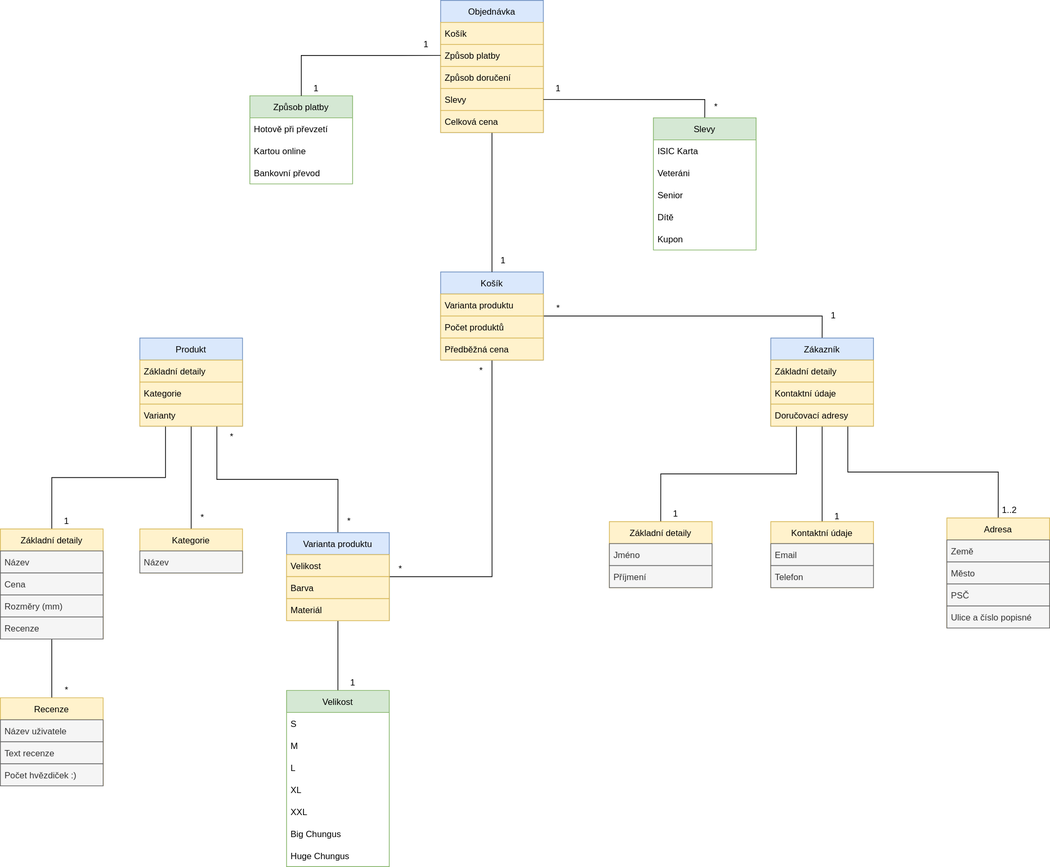
Earlier version of the draw.io export Eshop.drawio.svg (TomasKelbasa/diagrams.net). Source tidied: cells renumbered, new cells last; positions are measured from the earlier drawing's top-left corner, leaving out a move shared by most shapes.
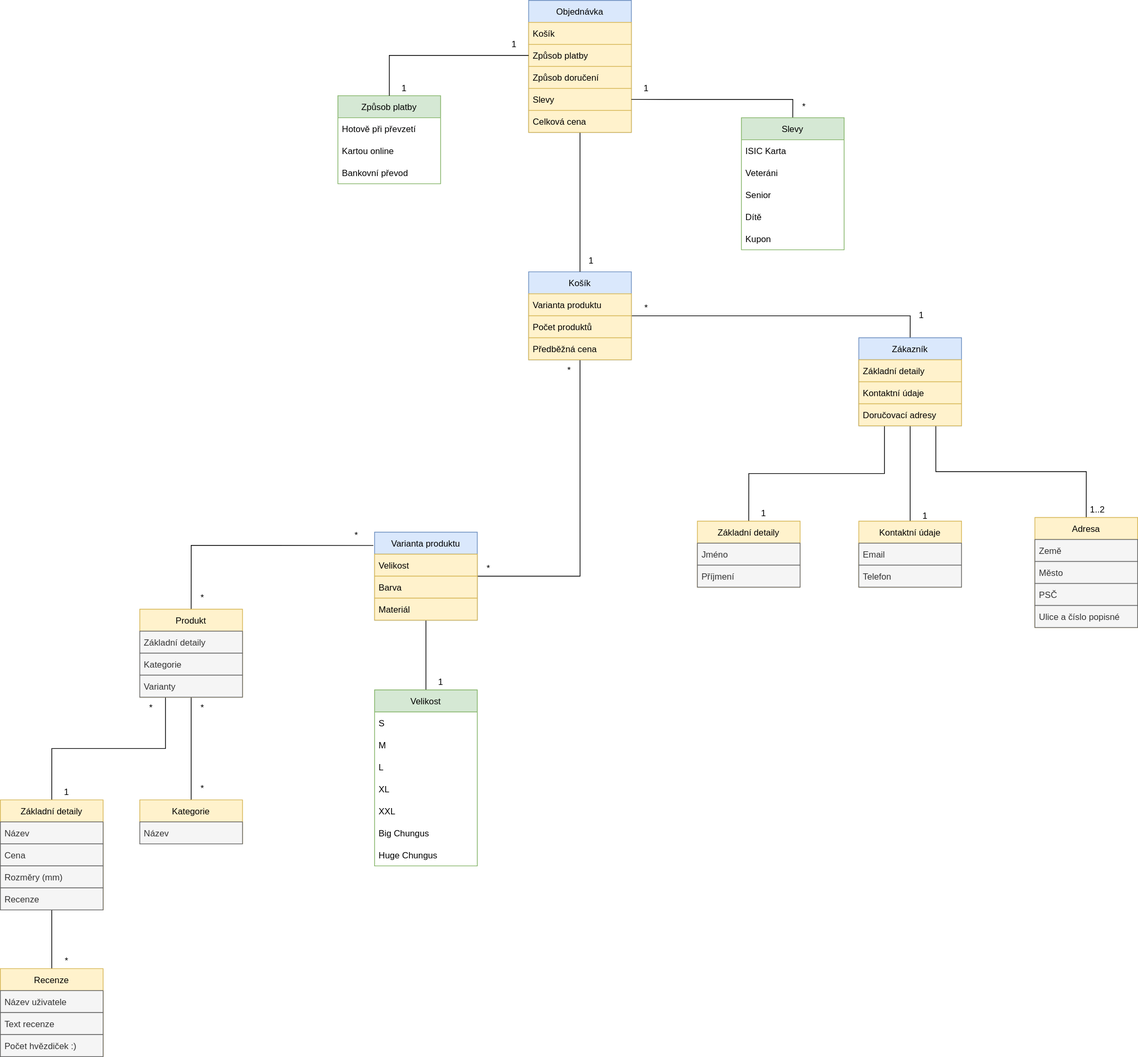
Later version of the same file.

Change to the diagram source:
```diff
@@ -8,19 +8,19 @@
     <mxCell id="3" style="edgeStyle=orthogonalEdgeStyle;rounded=0;jettySize=auto;html=1;exitX=0.5;exitY=1;exitDx=0;exitDy=0;endArrow=none;endFill=0;" parent="1" edge="1" source="5" target="27">
       <mxGeometry relative="1" as="geometry" />
     </mxCell>
-    <mxCell id="4" style="edgeStyle=orthogonalEdgeStyle;rounded=0;jettySize=auto;html=1;exitX=0.75;exitY=1;exitDx=0;exitDy=0;entryX=0.5;entryY=0;entryDx=0;entryDy=0;endArrow=none;endFill=0;" parent="1" edge="1" source="5" target="42">
+    <mxCell id="4" style="edgeStyle=orthogonalEdgeStyle;rounded=0;jettySize=auto;html=1;exitX=0.5;exitY=0;exitDx=0;exitDy=0;entryX=-0.012;entryY=0.151;entryDx=0;entryDy=0;entryPerimeter=0;endArrow=none;endFill=0;" parent="1" edge="1" source="5" target="42">
       <mxGeometry relative="1" as="geometry" />
     </mxCell>
-    <mxCell id="5" value="Produkt" style="swimlane;fontStyle=0;horizontal=1;startSize=30;fillColor=#dae8fc;strokeColor=#6c8ebf;" parent="1" vertex="1">
-      <mxGeometry x="190" y="460" width="140" height="120" as="geometry" />
+    <mxCell id="5" value="Produkt" style="swimlane;fontStyle=0;horizontal=1;startSize=30;fillColor=#fff2cc;strokeColor=#d6b656;" parent="1" vertex="1">
+      <mxGeometry x="70" y="830" width="140" height="120" as="geometry" />
     </mxCell>
-    <mxCell id="6" value="Základní detaily" style="text;strokeColor=#d6b656;fillColor=#fff2cc;align=left;verticalAlign=middle;spacingLeft=4;spacingRight=4;overflow=hidden;" parent="5" vertex="1">
+    <mxCell id="6" value="Základní detaily" style="text;strokeColor=#666666;fillColor=#f5f5f5;align=left;verticalAlign=middle;spacingLeft=4;spacingRight=4;overflow=hidden;fontColor=#333333;" parent="5" vertex="1">
       <mxGeometry y="30" width="140" height="30" as="geometry" />
     </mxCell>
-    <mxCell id="7" value="Kategorie" style="text;strokeColor=#d6b656;fillColor=#fff2cc;align=left;verticalAlign=middle;spacingLeft=4;spacingRight=4;overflow=hidden;" parent="5" vertex="1">
+    <mxCell id="7" value="Kategorie" style="text;strokeColor=#666666;fillColor=#f5f5f5;align=left;verticalAlign=middle;spacingLeft=4;spacingRight=4;overflow=hidden;fontColor=#333333;" parent="5" vertex="1">
       <mxGeometry y="60" width="140" height="30" as="geometry" />
     </mxCell>
-    <mxCell id="8" value="Varianty" style="text;strokeColor=#d6b656;fillColor=#fff2cc;align=left;verticalAlign=middle;spacingLeft=4;spacingRight=4;overflow=hidden;" parent="5" vertex="1">
+    <mxCell id="8" value="Varianty" style="text;strokeColor=#666666;fillColor=#f5f5f5;align=left;verticalAlign=middle;spacingLeft=4;spacingRight=4;overflow=hidden;fontColor=#333333;" parent="5" vertex="1">
       <mxGeometry y="90" width="140" height="30" as="geometry" />
     </mxCell>
     <mxCell id="9" style="edgeStyle=orthogonalEdgeStyle;rounded=0;jettySize=auto;html=1;exitX=0.5;exitY=1;exitDx=0;exitDy=0;endArrow=none;endFill=0;" parent="1" edge="1" source="13" target="32">
@@ -51,7 +51,7 @@
       <mxGeometry relative="1" as="geometry" />
     </mxCell>
     <mxCell id="18" value="Základní detaily" style="swimlane;fontStyle=0;horizontal=1;startSize=30;fillColor=#fff2cc;strokeColor=#d6b656;" parent="1" vertex="1">
-      <mxGeometry y="720" width="140" height="150" as="geometry" />
+      <mxGeometry x="-120" y="1090" width="140" height="150" as="geometry" />
     </mxCell>
     <mxCell id="19" value="Název" style="text;strokeColor=#666666;fillColor=#f5f5f5;align=left;verticalAlign=middle;spacingLeft=4;spacingRight=4;overflow=hidden;fontColor=#333333;" parent="18" vertex="1">
       <mxGeometry y="30" width="140" height="30" as="geometry" />
@@ -66,7 +66,7 @@
       <mxGeometry y="120" width="140" height="30" as="geometry" />
     </mxCell>
     <mxCell id="23" value="Recenze" style="swimlane;fontStyle=0;horizontal=1;startSize=30;fillColor=#fff2cc;strokeColor=#d6b656;" parent="1" vertex="1">
-      <mxGeometry y="950" width="140" height="120" as="geometry" />
+      <mxGeometry x="-120" y="1320" width="140" height="120" as="geometry" />
     </mxCell>
     <mxCell id="24" value="Název uživatele" style="text;align=left;verticalAlign=middle;spacingLeft=4;spacingRight=4;overflow=hidden;fillColor=#f5f5f5;fontColor=#333333;strokeColor=#666666;" parent="23" vertex="1">
       <mxGeometry y="30" width="140" height="30" as="geometry" />
@@ -78,7 +78,7 @@
       <mxGeometry y="90" width="140" height="30" as="geometry" />
     </mxCell>
     <mxCell id="27" value="Kategorie" style="swimlane;fontStyle=0;horizontal=1;startSize=30;fillColor=#fff2cc;strokeColor=#d6b656;" parent="1" vertex="1">
-      <mxGeometry x="190" y="720" width="140" height="60" as="geometry" />
+      <mxGeometry x="70" y="1090" width="140" height="60" as="geometry" />
     </mxCell>
     <mxCell id="28" value="Název" style="text;strokeColor=#666666;fillColor=#f5f5f5;align=left;verticalAlign=middle;spacingLeft=4;spacingRight=4;overflow=hidden;fontColor=#333333;" parent="27" vertex="1">
       <mxGeometry y="30" width="140" height="30" as="geometry" />
@@ -135,16 +135,16 @@
       <mxGeometry y="90" width="140" height="30" as="geometry" />
     </mxCell>
     <mxCell id="46" value="*" style="text;html=1;align=center;verticalAlign=middle;strokeColor=none;fillColor=none;" parent="1" vertex="1">
-      <mxGeometry x="260" y="690" width="30" height="30" as="geometry" />
+      <mxGeometry x="140" y="1060" width="30" height="30" as="geometry" />
     </mxCell>
     <mxCell id="47" value="*" style="text;html=1;align=center;verticalAlign=middle;strokeColor=none;fillColor=none;" parent="1" vertex="1">
       <mxGeometry x="530" y="760" width="30" height="30" as="geometry" />
     </mxCell>
     <mxCell id="48" value="1" style="text;html=1;align=center;verticalAlign=middle;strokeColor=none;fillColor=none;" parent="1" vertex="1">
-      <mxGeometry x="75" y="695" width="30" height="30" as="geometry" />
+      <mxGeometry x="-45" y="1065" width="30" height="30" as="geometry" />
     </mxCell>
     <mxCell id="49" value="*" style="text;html=1;align=center;verticalAlign=middle;strokeColor=none;fillColor=none;" parent="1" vertex="1">
-      <mxGeometry x="75" y="925" width="30" height="30" as="geometry" />
+      <mxGeometry x="-45" y="1295" width="30" height="30" as="geometry" />
     </mxCell>
     <mxCell id="50" value="Velikost" style="swimlane;fontStyle=0;horizontal=1;startSize=30;fillColor=#d5e8d4;strokeColor=#82b366;" parent="1" vertex="1">
       <mxGeometry x="390" y="940" width="140" height="240" as="geometry" />
@@ -204,7 +204,7 @@
       <mxGeometry x="640" y="490" width="30" height="30" as="geometry" />
     </mxCell>
     <mxCell id="69" value="*" style="text;html=1;align=center;verticalAlign=middle;strokeColor=none;fillColor=none;" parent="1" vertex="1">
-      <mxGeometry x="460" y="695" width="30" height="30" as="geometry" />
+      <mxGeometry x="350" y="715" width="30" height="30" as="geometry" />
     </mxCell>
     <mxCell id="70" style="edgeStyle=orthogonalEdgeStyle;rounded=0;jettySize=auto;html=1;exitX=0.5;exitY=1;exitDx=0;exitDy=0;entryX=0.5;entryY=0;entryDx=0;entryDy=0;endArrow=none;endFill=0;" parent="1" edge="1" source="71" target="62">
       <mxGeometry relative="1" as="geometry" />
@@ -279,7 +279,13 @@
       <mxGeometry x="565" y="45" width="30" height="30" as="geometry" />
     </mxCell>
     <mxCell id="94" value="*" style="text;html=1;align=center;verticalAlign=middle;strokeColor=none;fillColor=none;" parent="1" vertex="1">
-      <mxGeometry x="300" y="580" width="30" height="30" as="geometry" />
+      <mxGeometry x="140" y="800" width="30" height="30" as="geometry" />
     </mxCell>
+    <mxCell id="95" value="*" style="text;html=1;align=center;verticalAlign=middle;strokeColor=none;fillColor=none;" parent="1" vertex="1">
+      <mxGeometry x="140" y="950" width="30" height="30" as="geometry" />
+    </mxCell>
+    <mxCell id="96" value="*" style="text;html=1;align=center;verticalAlign=middle;strokeColor=none;fillColor=none;" parent="1" vertex="1">
+      <mxGeometry x="70" y="950" width="30" height="30" as="geometry" />
+    </mxCell>
   </root>
 </mxGraphModel>
```
